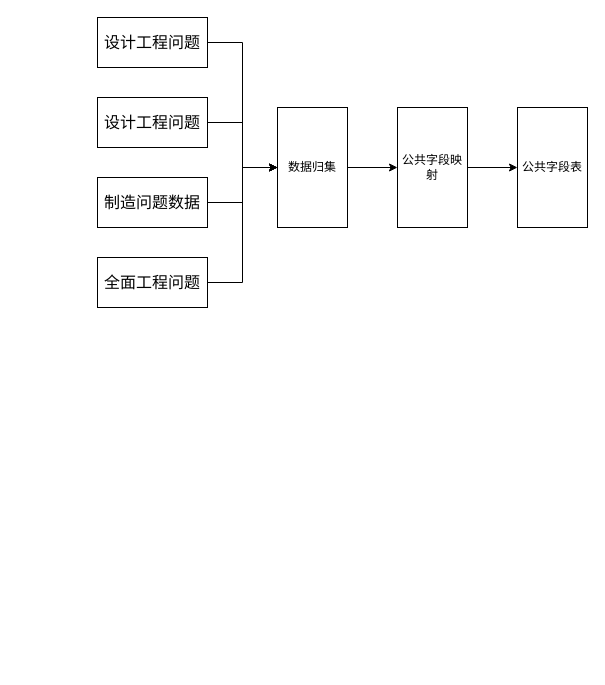
The draw.io diagram 数据检索与维修数据服/全量数据展示.drawio in DemonHan/KuickBuy, before the edit. Source tidied: cells renumbered, new cells numbered last; positions are measured from the earlier drawing's top-left corner, leaving out a move shared by most shapes. Both pictures are drawn from the tidied source at 100%, with x=0, y=0 at pixel (97, 17).
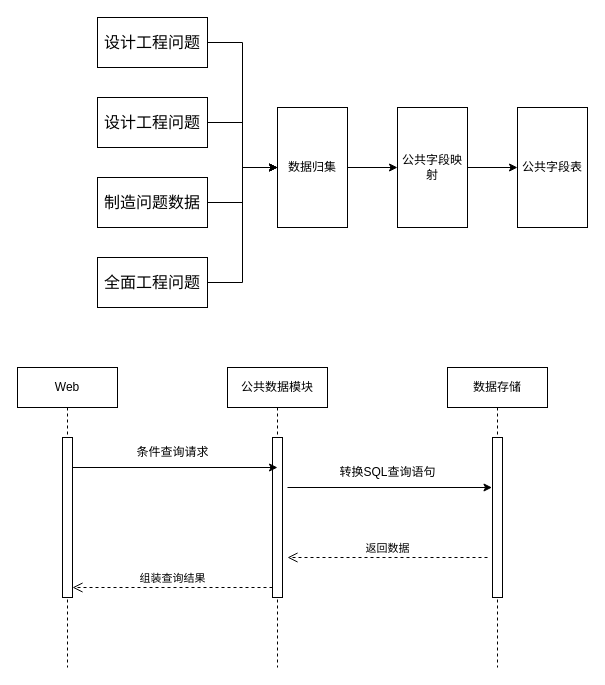
Above is the later version.

Commit message (it also covers changes not shown here):
更新全量数据展示.drawio

Change to the diagram source:
```diff
@@
+    <mxCell id="15" value="Web" style="shape=umlLifeline;perimeter=lifelinePerimeter;whiteSpace=wrap;html=1;newEdgeStyle={&quot;curved&quot;:0,&quot;rounded&quot;:0};" parent="1" vertex="1">
+      <mxGeometry x="-80" y="350" width="100" height="300" as="geometry" />
+    </mxCell>
+    <mxCell id="16" style="html=1;perimeter=orthogonalPerimeter;targetShapes=umlLifeline;newEdgeStyle={&quot;curved&quot;:0,&quot;rounded&quot;:0};" parent="15" vertex="1">
+      <mxGeometry x="45" y="70" width="10" height="160" as="geometry" />
+    </mxCell>
+    <mxCell id="17" value="公共数据模块" style="shape=umlLifeline;perimeter=lifelinePerimeter;whiteSpace=wrap;html=1;newEdgeStyle={&quot;curved&quot;:0,&quot;rounded&quot;:0};" parent="1" vertex="1">
+      <mxGeometry x="130" y="350" width="100" height="300" as="geometry" />
+    </mxCell>
+    <mxCell id="18" style="html=1;perimeter=orthogonalPerimeter;targetShapes=umlLifeline;newEdgeStyle={&quot;curved&quot;:0,&quot;rounded&quot;:0};" parent="17" vertex="1">
+      <mxGeometry x="45" y="70" width="10" height="160" as="geometry" />
+    </mxCell>
+    <mxCell id="19" value="数据存储" style="shape=umlLifeline;perimeter=lifelinePerimeter;whiteSpace=wrap;html=1;newEdgeStyle={&quot;curved&quot;:0,&quot;rounded&quot;:0};" parent="1" vertex="1">
+      <mxGeometry x="350" y="350" width="100" height="300" as="geometry" />
+    </mxCell>
+    <mxCell id="20" style="html=1;perimeter=orthogonalPerimeter;targetShapes=umlLifeline;newEdgeStyle={&quot;curved&quot;:0,&quot;rounded&quot;:0};" parent="19" vertex="1">
+      <mxGeometry x="45" y="70" width="10" height="160" as="geometry" />
+    </mxCell>
+    <mxCell id="21" style="edgeStyle=orthogonalEdgeStyle;rounded=0;orthogonalLoop=1;jettySize=auto;html=1;curved=0;" parent="1" edge="1">
+      <mxGeometry relative="1" as="geometry">
+        <mxPoint x="-24.5" y="450" as="sourcePoint" />
+        <mxPoint x="180" y="450" as="targetPoint" />
+      </mxGeometry>
+    </mxCell>
+    <mxCell id="22" value="条件查询请求" style="text;html=1;align=center;verticalAlign=middle;strokeColor=none;fillColor=none;" parent="1" vertex="1">
+      <mxGeometry x="25" y="420" width="100" height="30" as="geometry" />
+    </mxCell>
+    <mxCell id="23" style="edgeStyle=orthogonalEdgeStyle;rounded=0;orthogonalLoop=1;jettySize=auto;html=1;curved=0;" parent="1" edge="1">
+      <mxGeometry relative="1" as="geometry">
+        <mxPoint x="190" y="470" as="sourcePoint" />
+        <mxPoint x="394.5" y="470" as="targetPoint" />
+      </mxGeometry>
+    </mxCell>
+    <mxCell id="24" value="转换SQL查询语句" style="text;html=1;align=center;verticalAlign=middle;strokeColor=none;fillColor=none;" parent="1" vertex="1">
+      <mxGeometry x="230" y="440" width="120" height="30" as="geometry" />
+    </mxCell>
+    <mxCell id="25" value="返回数据" style="html=1;verticalAlign=bottom;endArrow=open;dashed=1;endSize=8;curved=0;rounded=0;" parent="1" edge="1">
+      <mxGeometry relative="1" as="geometry">
+        <mxPoint x="390" y="540" as="sourcePoint" />
+        <mxPoint x="190" y="540" as="targetPoint" />
+      </mxGeometry>
+    </mxCell>
+    <mxCell id="26" value="组装查询结果" style="html=1;verticalAlign=bottom;endArrow=open;dashed=1;endSize=8;curved=0;rounded=0;" parent="1" edge="1">
+      <mxGeometry relative="1" as="geometry">
+        <mxPoint x="175" y="570" as="sourcePoint" />
+        <mxPoint x="-25" y="570" as="targetPoint" />
+      </mxGeometry>
+    </mxCell>
```
